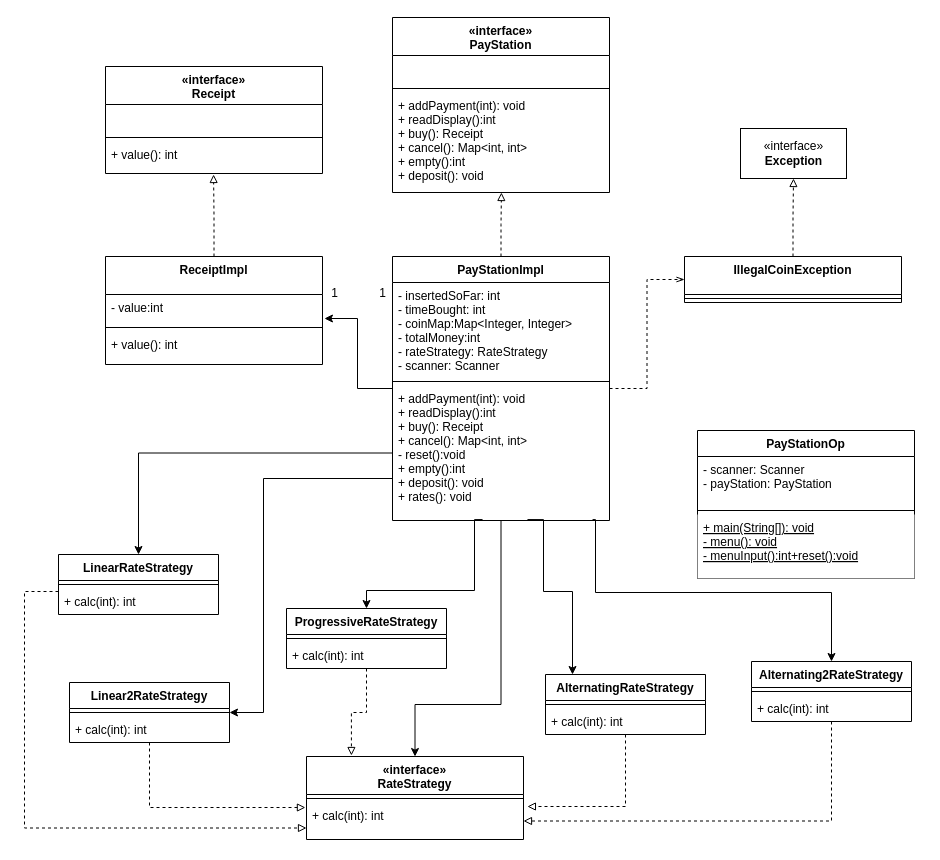
msheldon70/misc keeps this draw.io diagram as Copy of PayStationTDD-ClassDiagram.drawio. Above is the earlier version. Source tidied: cells renumbered, new cells numbered last; positions are measured from the earlier drawing's top-left corner, leaving out a move shared by most shapes. Both pictures are drawn from the tidied source at 100%, with x=0, y=0 at pixel (24, 17).
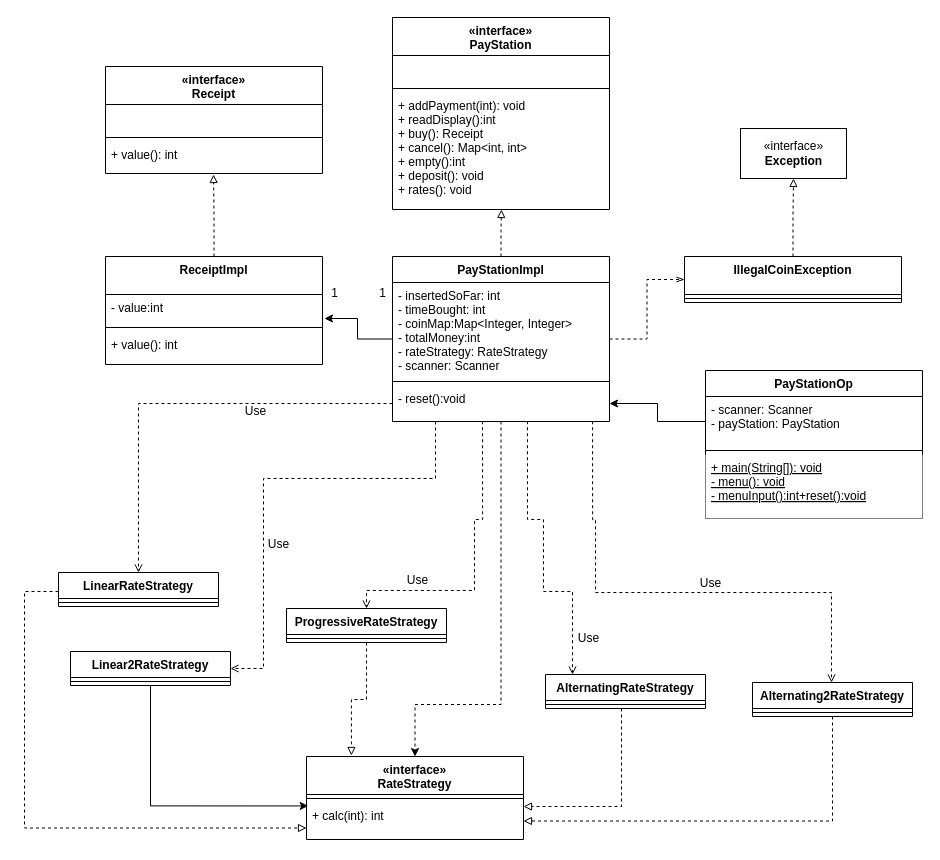
Above is the later version.

The change refers to these unchanged cells:
```xml
<mxCell id="27" value="- scanner: Scanner&#10;- payStation: PayStation" style="text;strokeColor=none;fillColor=none;align=left;verticalAlign=top;spacingLeft=4;spacingRight=4;overflow=hidden;points=[[0,0.5],[1,0.5]];portConstraint=eastwest;hachureGap=4;" parent="26" vertex="1">
  <mxGeometry y="26" width="217" height="50" as="geometry" />
</mxCell>
<mxCell id="30" value="«interface»&#10;RateStrategy" style="swimlane;fontStyle=1;align=center;verticalAlign=top;horizontal=1;startSize=38;hachureGap=4;" parent="1" vertex="1">
  <mxGeometry x="282" y="739" width="217" height="83" as="geometry" />
</mxCell>
<mxCell id="32" value="+ calc(int): int" style="text;strokeColor=none;fillColor=none;align=left;verticalAlign=top;spacingLeft=4;spacingRight=4;overflow=hidden;points=[[0,0.5],[1,0.5]];portConstraint=eastwest;hachureGap=4;" parent="30" vertex="1">
  <mxGeometry y="46" width="217" height="37" as="geometry" />
</mxCell>
```

What changed in the source:
```diff
@@
     <mxCell id="2" value="«interface»&#10;PayStation" style="swimlane;fontStyle=1;align=center;verticalAlign=top;horizontal=1;startSize=38;hachureGap=4;" parent="1" vertex="1">
-      <mxGeometry x="368" width="217" height="175" as="geometry" />
+      <mxGeometry x="368" width="217" height="192" as="geometry" />
     </mxCell>
@@
-    <mxCell id="5" value="+ addPayment(int): void&#10;+ readDisplay():int&#10;+ buy(): Receipt&#10;+ cancel(): Map&lt;int, int&gt;&#10;+ empty():int&#10;+ deposit(): void&#10;" style="text;strokeColor=none;fillColor=none;align=left;verticalAlign=top;spacingLeft=4;spacingRight=4;overflow=hidden;points=[[0,0.5],[1,0.5]];portConstraint=eastwest;hachureGap=4;" parent="2" vertex="1">
-      <mxGeometry y="75" width="217" height="100" as="geometry" />
+    <mxCell id="5" value="+ addPayment(int): void&#10;+ readDisplay():int&#10;+ buy(): Receipt&#10;+ cancel(): Map&lt;int, int&gt;&#10;+ empty():int&#10;+ deposit(): void&#10;+ rates(): void&#10;" style="text;strokeColor=none;fillColor=none;align=left;verticalAlign=top;spacingLeft=4;spacingRight=4;overflow=hidden;points=[[0,0.5],[1,0.5]];portConstraint=eastwest;hachureGap=4;" parent="2" vertex="1">
+      <mxGeometry y="75" width="217" height="117" as="geometry" />
     </mxCell>
-    <mxCell id="6" style="edgeStyle=orthogonalEdgeStyle;rounded=0;jettySize=auto;html=1;entryX=0.5;entryY=0;entryDx=0;entryDy=0;" parent="1" edge="1" source="8" target="30">
+    <mxCell id="6" style="edgeStyle=orthogonalEdgeStyle;rounded=0;jettySize=auto;html=1;entryX=0.5;entryY=0;entryDx=0;entryDy=0;dashed=1;" parent="1" edge="1" source="8" target="30">
       <mxGeometry relative="1" as="geometry">
         <Array as="points">
           <mxPoint x="477" y="687" />
           <mxPoint x="391" y="687" />
         </Array>
       </mxGeometry>
     </mxCell>
@@
     <mxCell id="8" value="PayStationImpl" style="swimlane;fontStyle=1;align=center;verticalAlign=top;horizontal=1;startSize=26;hachureGap=4;" parent="1" vertex="1">
-      <mxGeometry x="368" y="239" width="217" height="264" as="geometry" />
+      <mxGeometry x="368" y="239" width="217" height="165" as="geometry" />
     </mxCell>
@@
-    <mxCell id="11" value="+ addPayment(int): void&#10;+ readDisplay():int&#10;+ buy(): Receipt&#10;+ cancel(): Map&lt;int, int&gt;&#10;- reset():void&#10;+ empty():int&#10;+ deposit(): void&#10;+ rates(): void&#10;&#10;" style="text;strokeColor=none;fillColor=none;align=left;verticalAlign=top;spacingLeft=4;spacingRight=4;overflow=hidden;points=[[0,0.5],[1,0.5]];portConstraint=eastwest;hachureGap=4;" parent="8" vertex="1">
-      <mxGeometry y="129" width="217" height="135" as="geometry" />
+    <mxCell id="11" value="- reset():void&#10;" style="text;strokeColor=none;fillColor=none;align=left;verticalAlign=top;spacingLeft=4;spacingRight=4;overflow=hidden;points=[[0,0.5],[1,0.5]];portConstraint=eastwest;hachureGap=4;" parent="8" vertex="1">
+      <mxGeometry y="129" width="217" height="36" as="geometry" />
     </mxCell>
@@
     <mxCell id="26" value="PayStationOp" style="swimlane;fontStyle=1;align=center;verticalAlign=top;horizontal=1;startSize=26;hachureGap=4;" parent="1" vertex="1">
-      <mxGeometry x="673" y="413" width="217" height="148" as="geometry" />
+      <mxGeometry x="681" y="353" width="217" height="148" as="geometry" />
     </mxCell>
@@
     <mxCell id="33" value="ProgressiveRateStrategy" style="swimlane;fontStyle=1;align=center;verticalAlign=top;horizontal=1;startSize=26;whiteSpace=wrap;html=1;" parent="1" vertex="1">
-      <mxGeometry x="262" y="591" width="160" height="60" as="geometry" />
+      <mxGeometry x="262" y="591" width="160" height="34" as="geometry" />
     </mxCell>
@@
-    <mxCell id="35" value="+ calc(int): int" style="text;strokeColor=none;fillColor=none;align=left;verticalAlign=top;spacingLeft=4;spacingRight=4;overflow=hidden;whiteSpace=wrap;html=1;" parent="33" vertex="1">
-      <mxGeometry y="34" width="160" height="26" as="geometry" />
-    </mxCell>
@@
     <mxCell id="37" value="LinearRateStrategy" style="swimlane;fontStyle=1;align=center;verticalAlign=top;horizontal=1;startSize=26;whiteSpace=wrap;html=1;" parent="1" vertex="1">
-      <mxGeometry x="34" y="537" width="160" height="60" as="geometry" />
+      <mxGeometry x="34" y="555" width="160" height="34" as="geometry" />
     </mxCell>
@@
-    <mxCell id="39" value="+ calc(int): int" style="text;strokeColor=none;fillColor=none;align=left;verticalAlign=top;spacingLeft=4;spacingRight=4;overflow=hidden;whiteSpace=wrap;html=1;" parent="37" vertex="1">
-      <mxGeometry y="34" width="160" height="26" as="geometry" />
-    </mxCell>
     <mxCell id="40" value="Linear2RateStrategy" style="swimlane;fontStyle=1;align=center;verticalAlign=top;horizontal=1;startSize=26;whiteSpace=wrap;html=1;" parent="1" vertex="1">
-      <mxGeometry x="45" y="665" width="160" height="60" as="geometry" />
+      <mxGeometry x="46" y="634" width="160" height="34" as="geometry" />
     </mxCell>
@@
-    <mxCell id="42" value="+ calc(int): int" style="text;strokeColor=none;fillColor=none;align=left;verticalAlign=top;spacingLeft=4;spacingRight=4;overflow=hidden;whiteSpace=wrap;html=1;" parent="40" vertex="1">
-      <mxGeometry y="34" width="160" height="26" as="geometry" />
-    </mxCell>
     <mxCell id="43" value="AlternatingRateStrategy" style="swimlane;fontStyle=1;align=center;verticalAlign=top;horizontal=1;startSize=26;whiteSpace=wrap;html=1;" parent="1" vertex="1">
-      <mxGeometry x="521" y="657" width="160" height="60" as="geometry" />
+      <mxGeometry x="521" y="657" width="160" height="34" as="geometry" />
     </mxCell>
@@
-    <mxCell id="45" value="+ calc(int): int" style="text;strokeColor=none;fillColor=none;align=left;verticalAlign=top;spacingLeft=4;spacingRight=4;overflow=hidden;whiteSpace=wrap;html=1;" parent="43" vertex="1">
-      <mxGeometry y="34" width="160" height="26" as="geometry" />
-    </mxCell>
@@
     <mxCell id="47" value="Alternating2RateStrategy" style="swimlane;fontStyle=1;align=center;verticalAlign=top;horizontal=1;startSize=26;whiteSpace=wrap;html=1;" parent="1" vertex="1">
-      <mxGeometry x="727" y="644" width="160" height="60" as="geometry" />
+      <mxGeometry x="728" y="665" width="160" height="34" as="geometry" />
     </mxCell>
@@
-    <mxCell id="49" value="+ calc(int): int" style="text;strokeColor=none;fillColor=none;align=left;verticalAlign=top;spacingLeft=4;spacingRight=4;overflow=hidden;whiteSpace=wrap;html=1;" parent="47" vertex="1">
-      <mxGeometry y="34" width="160" height="26" as="geometry" />
-    </mxCell>
@@
-    <mxCell id="53" style="edgeStyle=orthogonalEdgeStyle;rounded=0;jettySize=auto;html=1;exitX=0.622;exitY=0.993;exitDx=0;exitDy=0;exitPerimeter=0;" parent="1" edge="1" source="11" target="43">
+    <mxCell id="53" style="edgeStyle=orthogonalEdgeStyle;rounded=0;jettySize=auto;html=1;exitX=0.622;exitY=0.993;exitDx=0;exitDy=0;exitPerimeter=0;dashed=1;endArrow=open;endFill=0;" parent="1" edge="1" source="11" target="43">
       <mxGeometry relative="1" as="geometry">
         <Array as="points">
           <mxPoint x="519" y="502" />
           <mxPoint x="519" y="574" />
           <mxPoint x="548" y="574" />
         </Array>
       </mxGeometry>
     </mxCell>
-    <mxCell id="54" style="edgeStyle=orthogonalEdgeStyle;rounded=0;jettySize=auto;html=1;exitX=0.922;exitY=0.993;exitDx=0;exitDy=0;exitPerimeter=0;" parent="1" edge="1" source="11" target="47">
+    <mxCell id="54" style="edgeStyle=orthogonalEdgeStyle;rounded=0;jettySize=auto;html=1;exitX=0.922;exitY=0.993;exitDx=0;exitDy=0;exitPerimeter=0;dashed=1;endArrow=open;endFill=0;" parent="1" edge="1" source="11" target="47">
       <mxGeometry relative="1" as="geometry">
         <Array as="points">
           <mxPoint x="571" y="502" />
           <mxPoint x="571" y="575" />
           <mxPoint x="807" y="575" />
         </Array>
       </mxGeometry>
     </mxCell>
-    <mxCell id="55" style="edgeStyle=orthogonalEdgeStyle;rounded=0;jettySize=auto;html=1;exitX=0.415;exitY=0.993;exitDx=0;exitDy=0;exitPerimeter=0;" parent="1" edge="1" source="11" target="33">
+    <mxCell id="55" style="edgeStyle=orthogonalEdgeStyle;rounded=0;jettySize=auto;html=1;exitX=0.415;exitY=0.993;exitDx=0;exitDy=0;exitPerimeter=0;dashed=1;endArrow=open;endFill=0;" parent="1" edge="1" source="11" target="33">
       <mxGeometry relative="1" as="geometry">
         <Array as="points">
           <mxPoint x="450" y="502" />
           <mxPoint x="450" y="573" />
           <mxPoint x="342" y="573" />
         </Array>
       </mxGeometry>
     </mxCell>
-    <mxCell id="56" style="edgeStyle=orthogonalEdgeStyle;rounded=0;jettySize=auto;html=1;" parent="1" edge="1" source="11" target="37">
+    <mxCell id="56" style="edgeStyle=orthogonalEdgeStyle;rounded=0;jettySize=auto;html=1;dashed=1;endArrow=open;endFill=0;" parent="1" edge="1" source="11" target="37">
       <mxGeometry relative="1" as="geometry" />
     </mxCell>
-    <mxCell id="57" style="edgeStyle=orthogonalEdgeStyle;rounded=0;jettySize=auto;html=1;" parent="1" edge="1" source="11" target="40">
+    <mxCell id="57" style="edgeStyle=orthogonalEdgeStyle;rounded=0;jettySize=auto;html=1;dashed=1;endArrow=open;endFill=0;" parent="1" edge="1" source="11" target="40">
       <mxGeometry relative="1" as="geometry">
         <Array as="points">
+          <mxPoint x="411" y="461" />
           <mxPoint x="239" y="461" />
-          <mxPoint x="239" y="695" />
+          <mxPoint x="239" y="651" />
         </Array>
       </mxGeometry>
     </mxCell>
-    <mxCell id="58" style="edgeStyle=orthogonalEdgeStyle;rounded=0;jettySize=auto;html=1;entryX=-0.005;entryY=0.135;entryDx=0;entryDy=0;entryPerimeter=0;dashed=1;endArrow=block;endFill=0;" parent="1" edge="1" source="40" target="32">
-      <mxGeometry relative="1" as="geometry" />
-    </mxCell>
-    <mxCell id="59" style="edgeStyle=orthogonalEdgeStyle;rounded=0;jettySize=auto;html=1;entryX=1.018;entryY=0.108;entryDx=0;entryDy=0;entryPerimeter=0;dashed=1;endArrow=block;endFill=0;" parent="1" edge="1" source="43" target="32">
-      <mxGeometry relative="1" as="geometry" />
+    <mxCell id="59" style="edgeStyle=orthogonalEdgeStyle;rounded=0;orthogonalLoop=1;jettySize=auto;html=1;dashed=1;endArrow=block;endFill=0;" parent="1" edge="1">
+      <mxGeometry relative="1" as="geometry">
+        <mxPoint x="597" y="691" as="sourcePoint" />
+        <mxPoint x="499" y="789" as="targetPoint" />
+        <Array as="points">
+          <mxPoint x="597" y="789" />
+        </Array>
+      </mxGeometry>
     </mxCell>
@@
+    <mxCell id="61" style="edgeStyle=orthogonalEdgeStyle;rounded=0;jettySize=auto;html=1;" parent="1" edge="1" source="27" target="11">
+      <mxGeometry relative="1" as="geometry" />
+    </mxCell>
+    <mxCell id="62" value="Use" style="text;html=1;align=center;verticalAlign=middle;strokeColor=none;fillColor=none;" parent="1" vertex="1">
+      <mxGeometry x="211" y="381" width="39" height="26" as="geometry" />
+    </mxCell>
+    <mxCell id="63" value="Use" style="text;html=1;align=center;verticalAlign=middle;strokeColor=none;fillColor=none;" parent="1" vertex="1">
+      <mxGeometry x="234" y="514" width="39" height="26" as="geometry" />
+    </mxCell>
+    <mxCell id="64" value="Use" style="text;html=1;align=center;verticalAlign=middle;strokeColor=none;fillColor=none;" parent="1" vertex="1">
+      <mxGeometry x="373" y="550" width="39" height="26" as="geometry" />
+    </mxCell>
+    <mxCell id="65" value="Use" style="text;html=1;align=center;verticalAlign=middle;strokeColor=none;fillColor=none;" parent="1" vertex="1">
+      <mxGeometry x="544" y="608" width="39" height="26" as="geometry" />
+    </mxCell>
+    <mxCell id="66" value="Use" style="text;html=1;align=center;verticalAlign=middle;strokeColor=none;fillColor=none;" parent="1" vertex="1">
+      <mxGeometry x="666" y="553" width="39" height="26" as="geometry" />
+    </mxCell>
+    <mxCell id="58" style="edgeStyle=orthogonalEdgeStyle;rounded=0;jettySize=auto;html=1;entryX=0.008;entryY=0.093;entryDx=0;entryDy=0;entryPerimeter=0;" parent="1" edge="1" source="40" target="32">
+      <mxGeometry relative="1" as="geometry" />
+    </mxCell>
```
